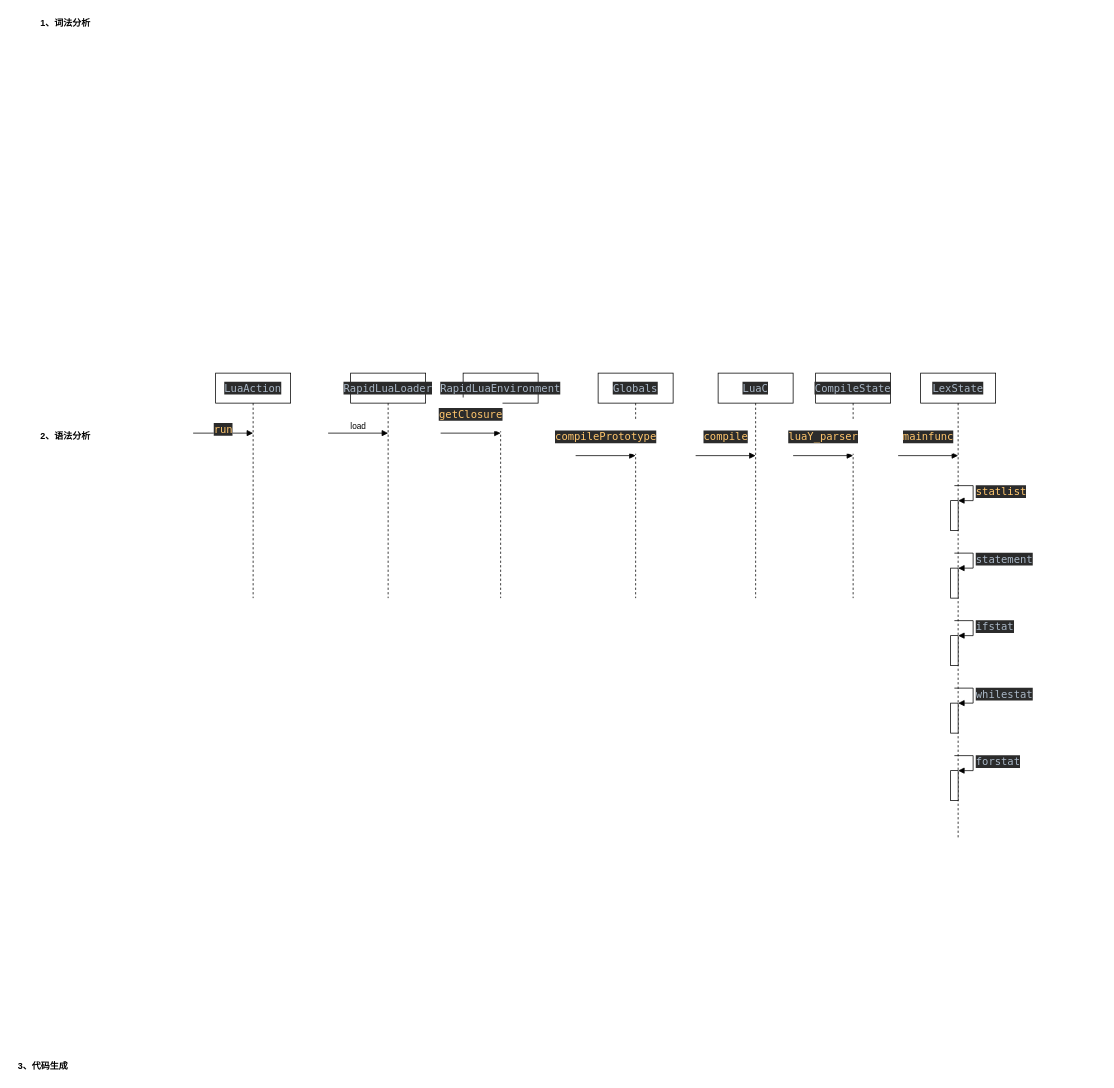
Before: page "脚本解析与字节码生成" (1 of 2) of luavm.drawio in shinecjj/UML, a draw.io diagram. Source tidied: cells renumbered, new cells numbered last; positions are measured from the earlier drawing's top-left corner, leaving out a move shared by most shapes. Both pictures are drawn from the tidied source at 75%, with x=0, y=0 at pixel (13, 13).
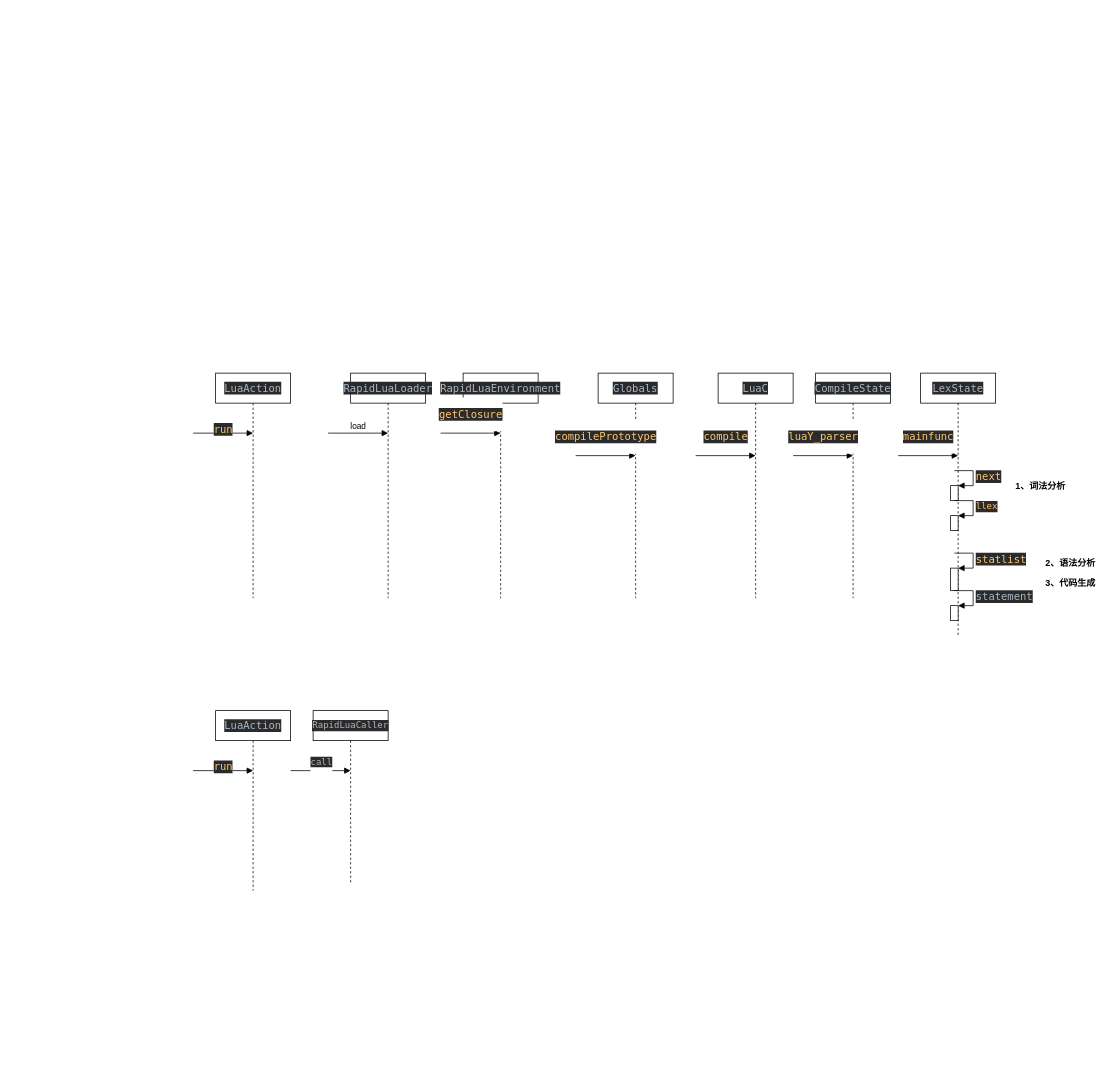
The same diagram, later.

Change to the diagram source:
```diff
@@
     <mxCell id="3" value="1、词法分析" style="text;align=center;fontStyle=1;verticalAlign=middle;spacingLeft=3;spacingRight=3;strokeColor=none;" parent="1" vertex="1">
-      <mxGeometry x="30" width="80" height="26" as="geometry" />
+      <mxGeometry x="1330" y="617" width="80" height="26" as="geometry" />
     </mxCell>
     <mxCell id="4" value="2、语法分析" style="text;align=center;fontStyle=1;verticalAlign=middle;spacingLeft=3;spacingRight=3;strokeColor=none;" parent="1" vertex="1">
-      <mxGeometry x="30" y="550" width="80" height="26" as="geometry" />
+      <mxGeometry x="1370" y="720" width="80" height="26" as="geometry" />
     </mxCell>
     <mxCell id="5" value="3、代码生成" style="text;align=center;fontStyle=1;verticalAlign=middle;spacingLeft=3;spacingRight=3;strokeColor=none;" parent="1" vertex="1">
-      <mxGeometry y="1390" width="80" height="26" as="geometry" />
+      <mxGeometry x="1370" y="746" width="80" height="26" as="geometry" />
     </mxCell>
@@
     <mxCell id="15" value="&lt;pre style=&quot;background-color: #2b2b2b ; color: #a9b7c6 ; font-family: &amp;#34;menlo&amp;#34; ; font-size: 10.5pt&quot;&gt;&lt;pre style=&quot;font-family: &amp;#34;menlo&amp;#34; ; font-size: 10.5pt&quot;&gt;&lt;pre style=&quot;font-family: &amp;#34;menlo&amp;#34; ; font-size: 10.5pt&quot;&gt;&lt;pre style=&quot;font-family: &amp;#34;menlo&amp;#34; ; font-size: 10.5pt&quot;&gt;&lt;pre style=&quot;font-family: &amp;#34;menlo&amp;#34; ; font-size: 10.5pt&quot;&gt;LexState&lt;/pre&gt;&lt;/pre&gt;&lt;/pre&gt;&lt;/pre&gt;&lt;/pre&gt;" style="shape=umlLifeline;perimeter=lifelinePerimeter;whiteSpace=wrap;html=1;" parent="1" vertex="1">
-      <mxGeometry x="1210" y="480" width="100" height="620" as="geometry" />
+      <mxGeometry x="1210" y="480" width="100" height="350" as="geometry" />
     </mxCell>
     <mxCell id="16" style="html=1;points=[];perimeter=orthogonalPerimeter;" parent="15" vertex="1">
-      <mxGeometry x="40" y="170" width="10" height="40" as="geometry" />
+      <mxGeometry x="40" y="260" width="10" height="30" as="geometry" />
     </mxCell>
     <mxCell id="17" value="&lt;pre style=&quot;color: rgb(169 , 183 , 198) ; font-size: 10.5pt ; text-align: center ; background-color: rgb(43 , 43 , 43) ; font-family: &amp;#34;menlo&amp;#34;&quot;&gt;&lt;span style=&quot;color: rgb(255 , 198 , 109)&quot;&gt;statlist&lt;/span&gt;&lt;/pre&gt;" style="edgeStyle=orthogonalEdgeStyle;html=1;align=left;spacingLeft=2;endArrow=block;rounded=0;entryX=1;entryY=0;" parent="15" edge="1" target="16">
       <mxGeometry relative="1" as="geometry">
-        <mxPoint x="45" y="150" as="sourcePoint" />
+        <mxPoint x="45" y="240" as="sourcePoint" />
         <Array as="points">
-          <mxPoint x="70" y="150" />
+          <mxPoint x="70" y="240" />
         </Array>
       </mxGeometry>
     </mxCell>
     <mxCell id="18" style="html=1;points=[];perimeter=orthogonalPerimeter;" parent="15" vertex="1">
-      <mxGeometry x="40" y="260" width="10" height="40" as="geometry" />
+      <mxGeometry x="40" y="310" width="10" height="20" as="geometry" />
     </mxCell>
     <mxCell id="19" value="&lt;pre style=&quot;color: rgb(169 , 183 , 198) ; font-size: 10.5pt ; text-align: center ; background-color: rgb(43 , 43 , 43) ; font-family: &amp;#34;menlo&amp;#34;&quot;&gt;&lt;pre style=&quot;font-size: 10.5pt ; font-family: &amp;#34;menlo&amp;#34;&quot;&gt;statement&lt;/pre&gt;&lt;/pre&gt;" style="edgeStyle=orthogonalEdgeStyle;html=1;align=left;spacingLeft=2;endArrow=block;rounded=0;entryX=1;entryY=0;" parent="15" edge="1" target="18">
       <mxGeometry relative="1" as="geometry">
-        <mxPoint x="45" y="240" as="sourcePoint" />
+        <mxPoint x="45" y="290" as="sourcePoint" />
         <Array as="points">
-          <mxPoint x="70" y="240" />
+          <mxPoint x="70" y="290" />
         </Array>
       </mxGeometry>
     </mxCell>
-    <mxCell id="20" style="html=1;points=[];perimeter=orthogonalPerimeter;" parent="15" vertex="1">
-      <mxGeometry x="40" y="350" width="10" height="40" as="geometry" />
-    </mxCell>
-    <mxCell id="21" value="&lt;pre style=&quot;color: rgb(169 , 183 , 198) ; font-size: 10.5pt ; text-align: center ; background-color: rgb(43 , 43 , 43) ; font-family: &amp;#34;menlo&amp;#34;&quot;&gt;&lt;pre style=&quot;font-size: 10.5pt ; font-family: &amp;#34;menlo&amp;#34;&quot;&gt;&lt;pre style=&quot;font-family: &amp;#34;menlo&amp;#34; ; font-size: 10.5pt&quot;&gt;ifstat&lt;/pre&gt;&lt;/pre&gt;&lt;/pre&gt;" style="edgeStyle=orthogonalEdgeStyle;html=1;align=left;spacingLeft=2;endArrow=block;rounded=0;entryX=1;entryY=0;" parent="15" edge="1" target="20">
-      <mxGeometry relative="1" as="geometry">
-        <mxPoint x="45" y="330" as="sourcePoint" />
-        <Array as="points">
-          <mxPoint x="70" y="330" />
-        </Array>
-      </mxGeometry>
-    </mxCell>
-    <mxCell id="22" style="html=1;points=[];perimeter=orthogonalPerimeter;" parent="15" vertex="1">
-      <mxGeometry x="40" y="440" width="10" height="40" as="geometry" />
-    </mxCell>
-    <mxCell id="23" value="&lt;pre style=&quot;color: rgb(169 , 183 , 198) ; font-size: 10.5pt ; text-align: center ; background-color: rgb(43 , 43 , 43) ; font-family: &amp;#34;menlo&amp;#34;&quot;&gt;&lt;pre style=&quot;font-size: 10.5pt ; font-family: &amp;#34;menlo&amp;#34;&quot;&gt;&lt;pre style=&quot;font-family: &amp;#34;menlo&amp;#34; ; font-size: 10.5pt&quot;&gt;&lt;pre style=&quot;font-family: &amp;#34;menlo&amp;#34; ; font-size: 10.5pt&quot;&gt;whilestat&lt;/pre&gt;&lt;/pre&gt;&lt;/pre&gt;&lt;/pre&gt;" style="edgeStyle=orthogonalEdgeStyle;html=1;align=left;spacingLeft=2;endArrow=block;rounded=0;entryX=1;entryY=0;" parent="15" edge="1" target="22">
-      <mxGeometry relative="1" as="geometry">
-        <mxPoint x="45" y="420" as="sourcePoint" />
-        <Array as="points">
-          <mxPoint x="70" y="420" />
-        </Array>
-      </mxGeometry>
-    </mxCell>
+    <mxCell id="29" style="html=1;points=[];perimeter=orthogonalPerimeter;" parent="15" vertex="1">
+      <mxGeometry x="40" y="150" width="10" height="20" as="geometry" />
+    </mxCell>
+    <mxCell id="30" value="&lt;pre style=&quot;color: rgb(169 , 183 , 198) ; font-size: 10.5pt ; text-align: center ; background-color: rgb(43 , 43 , 43) ; font-family: &amp;#34;menlo&amp;#34;&quot;&gt;&lt;span style=&quot;color: rgb(255 , 198 , 109)&quot;&gt;next&lt;/span&gt;&lt;/pre&gt;" style="edgeStyle=orthogonalEdgeStyle;html=1;align=left;spacingLeft=2;endArrow=block;rounded=0;entryX=1;entryY=0;" parent="15" edge="1" target="29">
+      <mxGeometry relative="1" as="geometry">
+        <mxPoint x="45" y="130" as="sourcePoint" />
+        <Array as="points">
+          <mxPoint x="70" y="130" />
+        </Array>
+      </mxGeometry>
+    </mxCell>
+    <mxCell id="31" style="html=1;points=[];perimeter=orthogonalPerimeter;" parent="15" vertex="1">
+      <mxGeometry x="40" y="190" width="10" height="20" as="geometry" />
+    </mxCell>
+    <mxCell id="32" value="&lt;pre style=&quot;color: rgb(169 , 183 , 198) ; font-size: 10.5pt ; text-align: center ; background-color: rgb(43 , 43 , 43) ; font-family: &amp;#34;menlo&amp;#34;&quot;&gt;&lt;pre style=&quot;font-family: &amp;#34;menlo&amp;#34; ; font-size: 9pt&quot;&gt;&lt;span style=&quot;color: #ffc66d&quot;&gt;llex&lt;/span&gt;&lt;/pre&gt;&lt;/pre&gt;" style="edgeStyle=orthogonalEdgeStyle;html=1;align=left;spacingLeft=2;endArrow=block;rounded=0;entryX=1;entryY=0;" parent="15" edge="1" target="31">
+      <mxGeometry relative="1" as="geometry">
+        <mxPoint x="45" y="170" as="sourcePoint" />
+        <Array as="points">
+          <mxPoint x="70" y="170" />
+        </Array>
+      </mxGeometry>
+    </mxCell>
@@
-    <mxCell id="25" style="html=1;points=[];perimeter=orthogonalPerimeter;" parent="1" vertex="1">
-      <mxGeometry x="1250" y="1010" width="10" height="40" as="geometry" />
-    </mxCell>
-    <mxCell id="26" value="&lt;pre style=&quot;color: rgb(169 , 183 , 198) ; font-size: 10.5pt ; text-align: center ; background-color: rgb(43 , 43 , 43) ; font-family: &amp;#34;menlo&amp;#34;&quot;&gt;&lt;pre style=&quot;font-size: 10.5pt ; font-family: &amp;#34;menlo&amp;#34;&quot;&gt;&lt;pre style=&quot;font-family: &amp;#34;menlo&amp;#34; ; font-size: 10.5pt&quot;&gt;&lt;pre style=&quot;font-family: &amp;#34;menlo&amp;#34; ; font-size: 10.5pt&quot;&gt;&lt;pre style=&quot;font-family: &amp;#34;menlo&amp;#34; ; font-size: 10.5pt&quot;&gt;forstat&lt;/pre&gt;&lt;/pre&gt;&lt;/pre&gt;&lt;/pre&gt;&lt;/pre&gt;" style="edgeStyle=orthogonalEdgeStyle;html=1;align=left;spacingLeft=2;endArrow=block;rounded=0;entryX=1;entryY=0;" parent="1" edge="1" target="25">
-      <mxGeometry relative="1" as="geometry">
-        <mxPoint x="1255" y="990" as="sourcePoint" />
-        <Array as="points">
-          <mxPoint x="1280" y="990" />
-        </Array>
-      </mxGeometry>
-    </mxCell>
@@
+    <mxCell id="33" value="&lt;pre style=&quot;background-color: #2b2b2b ; color: #a9b7c6 ; font-family: &amp;#34;menlo&amp;#34; ; font-size: 10.5pt&quot;&gt;&lt;pre style=&quot;font-family: &amp;#34;menlo&amp;#34; ; font-size: 10.5pt&quot;&gt;LuaAction&lt;/pre&gt;&lt;/pre&gt;" style="shape=umlLifeline;perimeter=lifelinePerimeter;whiteSpace=wrap;html=1;" parent="1" vertex="1">
+      <mxGeometry x="270" y="930" width="100" height="240" as="geometry" />
+    </mxCell>
+    <mxCell id="34" value="&lt;pre style=&quot;background-color: #2b2b2b ; color: #a9b7c6 ; font-family: &amp;#34;menlo&amp;#34; ; font-size: 10.5pt&quot;&gt;&lt;span style=&quot;color: #ffc66d&quot;&gt;run&lt;/span&gt;&lt;/pre&gt;" style="html=1;verticalAlign=bottom;endArrow=block;" parent="1" edge="1">
+      <mxGeometry y="-20" relative="1" as="geometry">
+        <mxPoint x="240" y="1010" as="sourcePoint" />
+        <mxPoint x="320" y="1010" as="targetPoint" />
+      </mxGeometry>
+    </mxCell>
+    <mxCell id="35" value="&lt;pre style=&quot;background-color: #2b2b2b ; color: #a9b7c6 ; font-family: &amp;#34;menlo&amp;#34; ; font-size: 10.5pt&quot;&gt;&lt;pre style=&quot;font-family: &amp;#34;menlo&amp;#34; ; font-size: 9pt&quot;&gt;RapidLuaCaller&lt;/pre&gt;&lt;/pre&gt;" style="shape=umlLifeline;perimeter=lifelinePerimeter;whiteSpace=wrap;html=1;" parent="1" vertex="1">
+      <mxGeometry x="400" y="930" width="100" height="230" as="geometry" />
+    </mxCell>
+    <mxCell id="36" value="&lt;pre style=&quot;background-color: #2b2b2b ; color: #a9b7c6 ; font-family: &amp;#34;menlo&amp;#34; ; font-size: 9.0pt&quot;&gt;call&lt;/pre&gt;" style="html=1;verticalAlign=bottom;endArrow=block;" parent="1" edge="1">
+      <mxGeometry x="0.03" y="-10" relative="1" as="geometry">
+        <mxPoint x="370" y="1010" as="sourcePoint" />
+        <mxPoint x="450" y="1010" as="targetPoint" />
+      </mxGeometry>
+    </mxCell>
```
